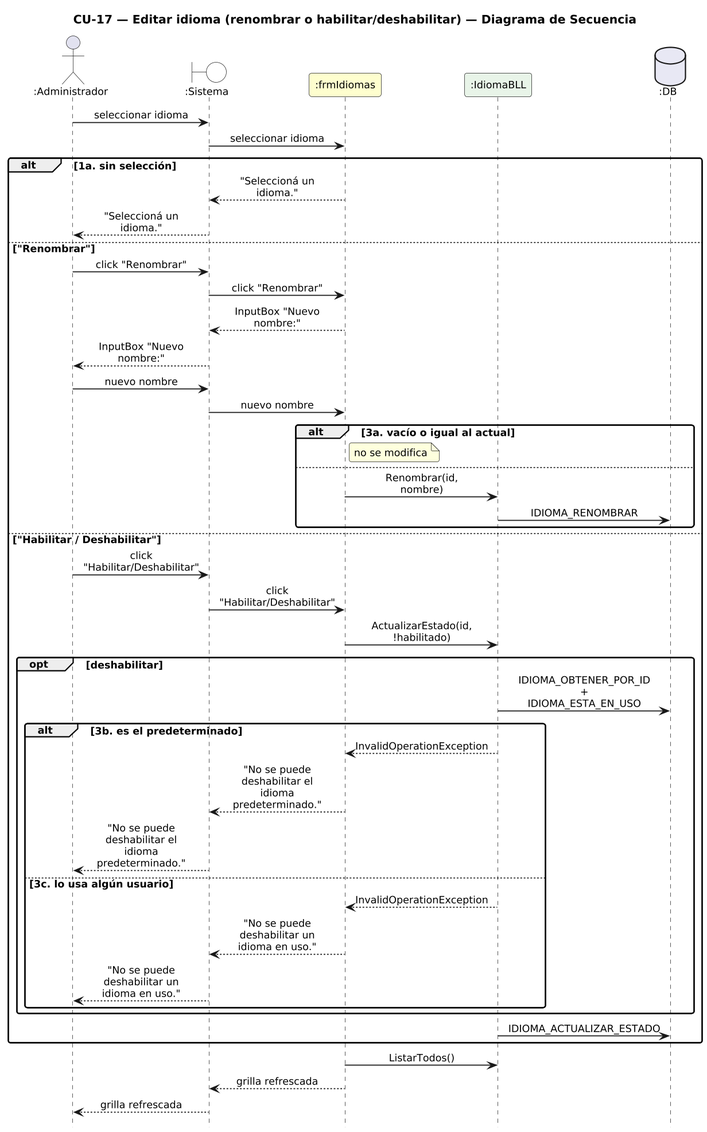
Earlier version of the PlantUML export DIAGRAMAS/DiagramaSecuencia_CU17_EditarIdioma.png (Urrels/ingenieria_software).
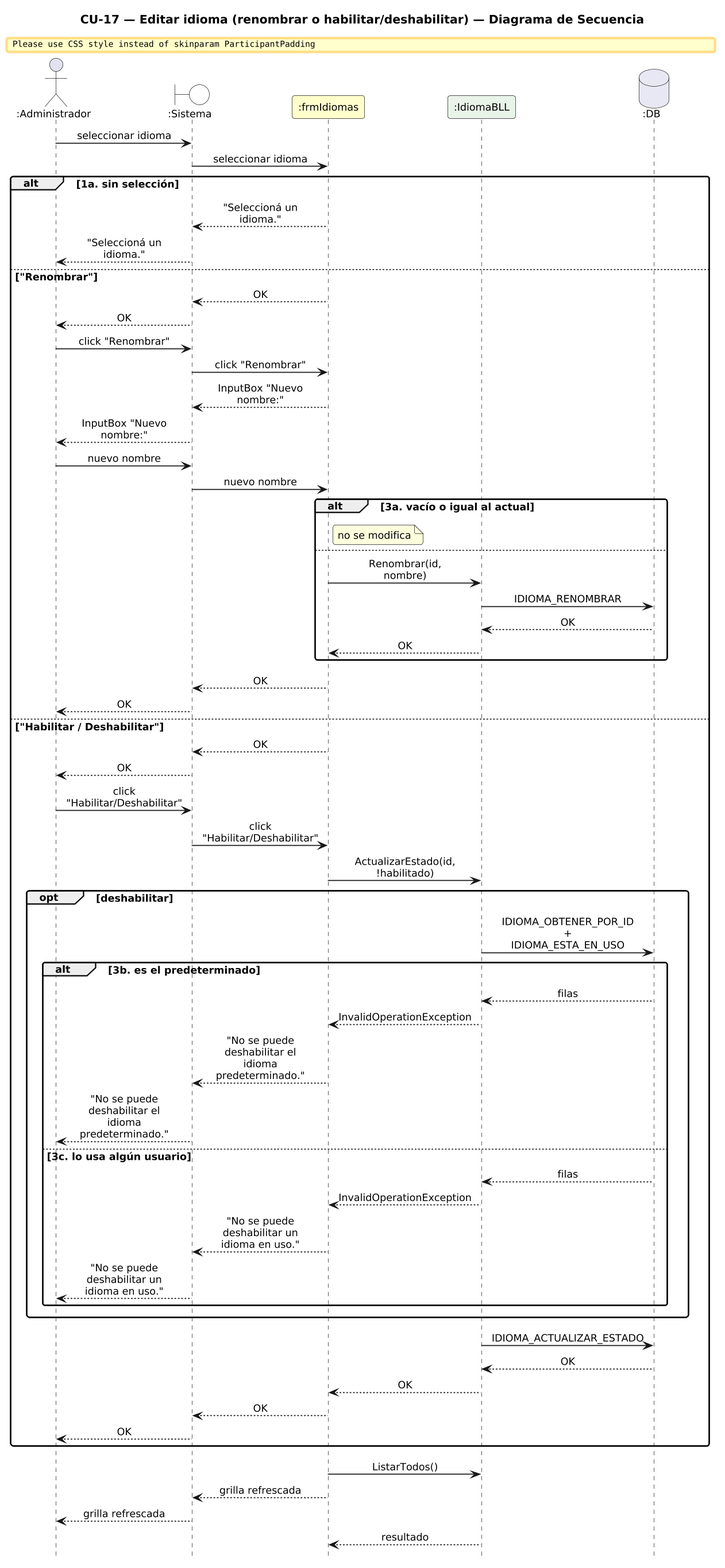
After the change.

Diff of the diagram source:
```diff
@@ -25,6 +25,8 @@
   F --> SYS : "Seleccioná un idioma."
   SYS --> A : "Seleccioná un idioma."
 else "Renombrar"
+  F --> SYS : OK
+  SYS --> A : OK
   A -> SYS : click "Renombrar"
   SYS -> F : click "Renombrar"
   F --> SYS : InputBox "Nuevo nombre:"
@@ -36,27 +38,40 @@
   else
     F -> IB : Renombrar(id, nombre)
     IB -> DB : IDIOMA_RENOMBRAR
+    DB --> IB : OK
+    IB --> F : OK
   end
+    F --> SYS : OK
+    SYS --> A : OK
 else "Habilitar / Deshabilitar"
+  F --> SYS : OK
+  SYS --> A : OK
   A -> SYS : click "Habilitar/Deshabilitar"
   SYS -> F : click "Habilitar/Deshabilitar"
   F -> IB : ActualizarEstado(id, !habilitado)
   opt deshabilitar
     IB -> DB : IDIOMA_OBTENER_POR_ID + IDIOMA_ESTA_EN_USO
     alt 3b. es el predeterminado
+      DB --> IB : filas
       IB --> F : InvalidOperationException
       F --> SYS : "No se puede deshabilitar el idioma predeterminado."
       SYS --> A : "No se puede deshabilitar el idioma predeterminado."
     else 3c. lo usa algún usuario
+      DB --> IB : filas
       IB --> F : InvalidOperationException
       F --> SYS : "No se puede deshabilitar un idioma en uso."
       SYS --> A : "No se puede deshabilitar un idioma en uso."
     end
   end
   IB -> DB : IDIOMA_ACTUALIZAR_ESTADO
+  DB --> IB : OK
+  IB --> F : OK
+  F --> SYS : OK
+  SYS --> A : OK
 end
 F -> IB : ListarTodos()
 F --> SYS : grilla refrescada
 SYS --> A : grilla refrescada
 
+IB --> F : resultado
 @enduml
```
